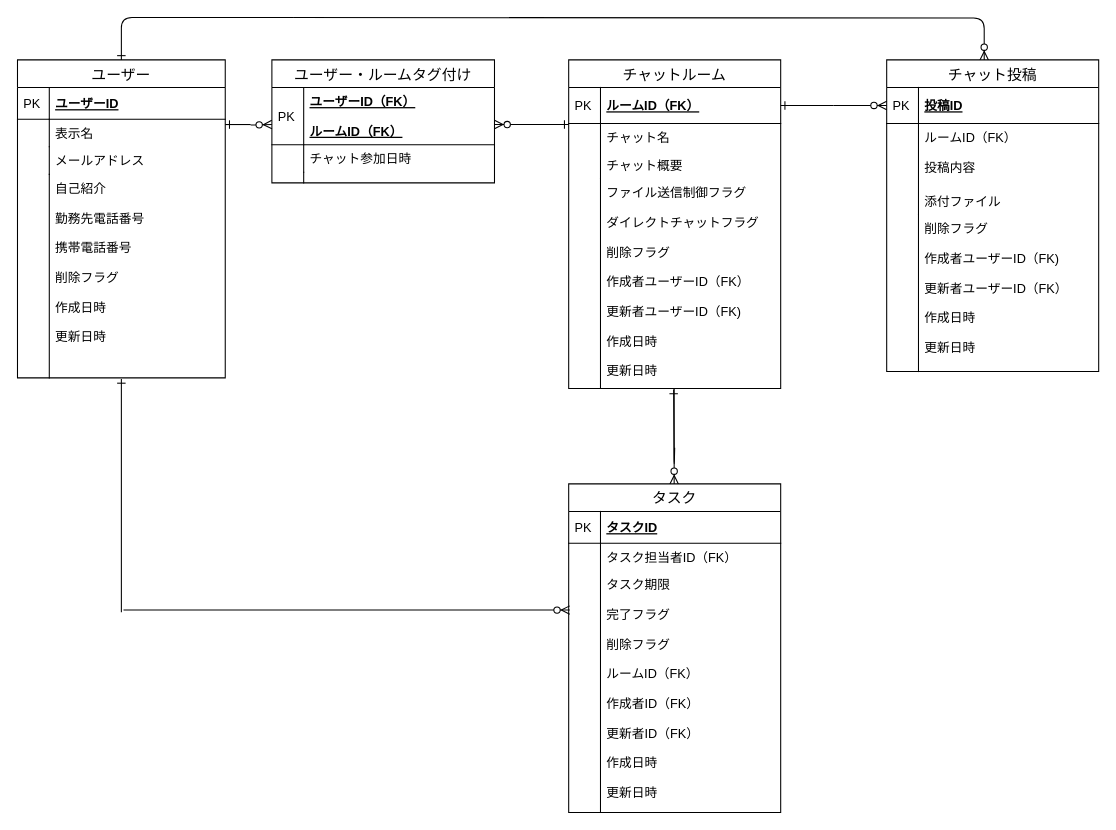
The draw.io diagram db/db-challenge1/chatwork.drawio in Yuta-KTD/quelcode-db, before the edit. Source tidied: cells renumbered, new cells numbered last; positions are measured from the earlier drawing's top-left corner, leaving out a move shared by most shapes. Both pictures are drawn from the tidied source at 106%, with x=0, y=0 at pixel (17, 17).
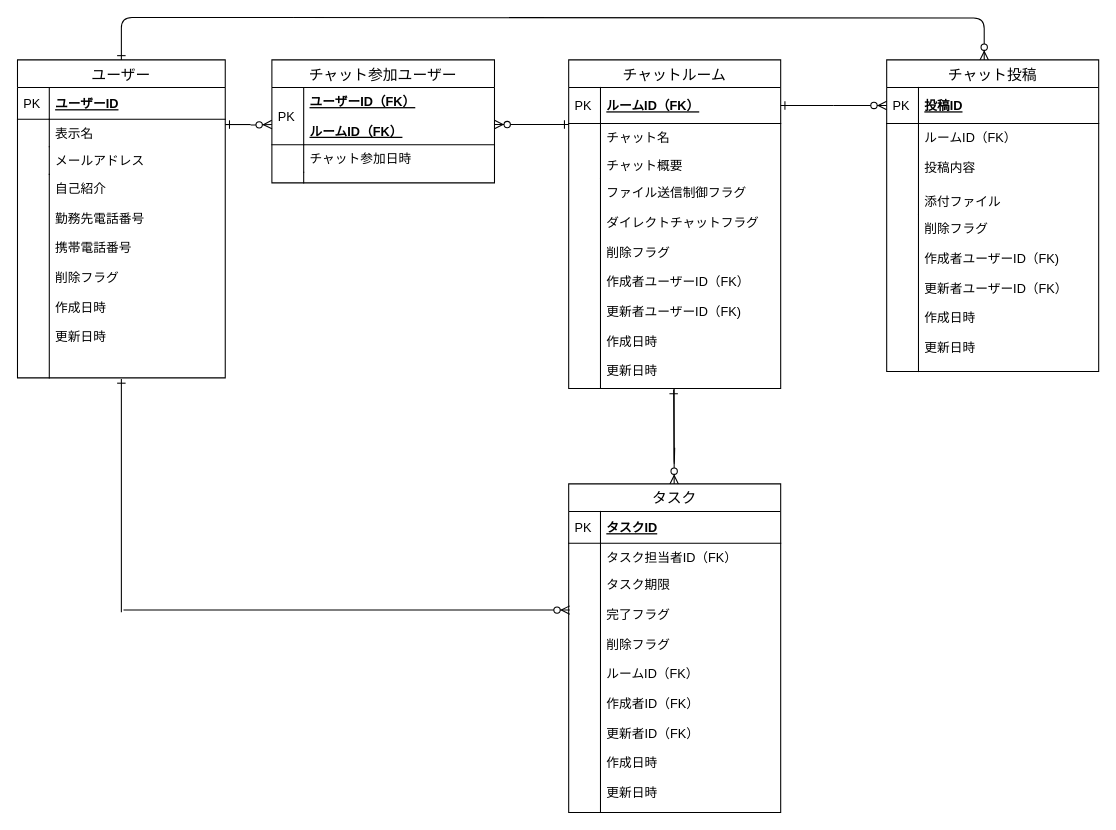
The same page after the edit.

Commit message:
「ユーザー・ルームタグ付け」エンティティの命名変更

What changed in the source:
```diff
@@
-    <mxCell id="50" value="ユーザー・ルームタグ付け" style="swimlane;fontStyle=0;horizontal=1;startSize=26;align=center;fontSize=14;" parent="1" vertex="1">
+    <mxCell id="50" value="チャット参加ユーザー" style="swimlane;fontStyle=0;horizontal=1;startSize=26;align=center;fontSize=14;" parent="1" vertex="1">
       <mxGeometry x="240" y="40" width="210" height="116" as="geometry" />
     </mxCell>
```
